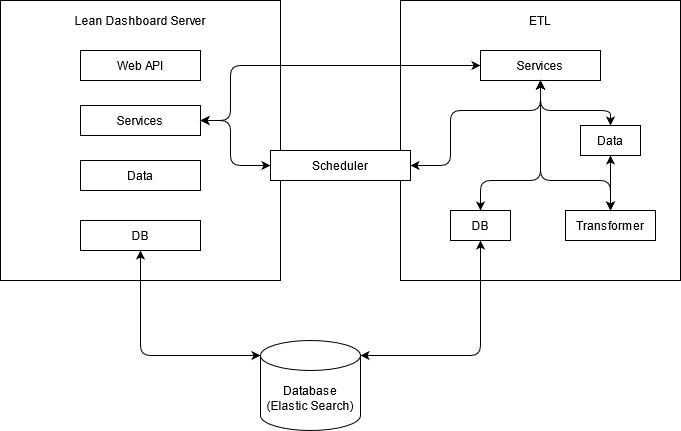
Earlier version of the draw.io export docs/apresentacao/arquitetura software.png (zepedros/lean-dashboard). Source tidied: cells renumbered, new cells last; positions are measured from the earlier drawing's top-left corner, leaving out a move shared by most shapes. Its diagram source:
```xml
<mxGraphModel>
  <root>
    <mxCell id="0" />
    <mxCell id="1" parent="0" />
    <mxCell id="2" style="whiteSpace=wrap;html=1;" parent="1" vertex="1">
      <mxGeometry width="280" height="280" as="geometry" />
    </mxCell>
    <mxCell id="3" value="Lean Dashboard Server" style="text;html=1;strokeColor=none;fillColor=none;align=center;verticalAlign=middle;whiteSpace=wrap;rounded=0;" parent="1" vertex="1">
      <mxGeometry x="60" y="10" width="160" height="20" as="geometry" />
    </mxCell>
    <mxCell id="4" value="Web API" style="rounded=0;whiteSpace=wrap;html=1;" parent="1" vertex="1">
      <mxGeometry x="80" y="50" width="120" height="30" as="geometry" />
    </mxCell>
    <mxCell id="5" style="whiteSpace=wrap;html=1;" parent="1" vertex="1">
      <mxGeometry x="400" width="280" height="280" as="geometry" />
    </mxCell>
    <mxCell id="6" value="ETL" style="text;html=1;strokeColor=none;fillColor=none;align=center;verticalAlign=middle;whiteSpace=wrap;rounded=0;" parent="1" vertex="1">
      <mxGeometry x="460" y="10" width="160" height="20" as="geometry" />
    </mxCell>
    <mxCell id="7" value="Services" style="rounded=0;whiteSpace=wrap;html=1;" parent="1" vertex="1">
      <mxGeometry x="80" y="105" width="120" height="30" as="geometry" />
    </mxCell>
    <mxCell id="8" value="DB" style="rounded=0;whiteSpace=wrap;html=1;" parent="1" vertex="1">
      <mxGeometry x="80" y="220" width="120" height="30" as="geometry" />
    </mxCell>
    <mxCell id="9" value="Data" style="rounded=0;whiteSpace=wrap;html=1;" parent="1" vertex="1">
      <mxGeometry x="80" y="160" width="120" height="30" as="geometry" />
    </mxCell>
    <mxCell id="10" value="&lt;div&gt;Database&lt;/div&gt;&lt;div&gt;(Elastic Search)&lt;br&gt;&lt;/div&gt;" style="shape=cylinder3;whiteSpace=wrap;html=1;boundedLbl=1;backgroundOutline=1;size=15;" parent="1" vertex="1">
      <mxGeometry x="260" y="340" width="100" height="90" as="geometry" />
    </mxCell>
    <mxCell id="11" style="endArrow=classic;startArrow=classic;html=1;exitX=0.5;exitY=1;exitDx=0;exitDy=0;entryX=0;entryY=0;entryDx=0;entryDy=15;entryPerimeter=0;" parent="1" edge="1" source="8" target="10">
      <mxGeometry relative="1" as="geometry">
        <Array as="points">
          <mxPoint x="140" y="355" />
        </Array>
      </mxGeometry>
    </mxCell>
    <mxCell id="12" value="Services" style="rounded=0;whiteSpace=wrap;html=1;" parent="1" vertex="1">
      <mxGeometry x="480" y="50" width="120" height="30" as="geometry" />
    </mxCell>
    <mxCell id="13" value="Data" style="rounded=0;whiteSpace=wrap;html=1;" parent="1" vertex="1">
      <mxGeometry x="580" y="125" width="60" height="30" as="geometry" />
    </mxCell>
    <mxCell id="14" value="DB" style="rounded=0;whiteSpace=wrap;html=1;" parent="1" vertex="1">
      <mxGeometry x="450" y="210" width="60" height="30" as="geometry" />
    </mxCell>
    <mxCell id="15" value="Scheduler" style="rounded=0;whiteSpace=wrap;html=1;" parent="1" vertex="1">
      <mxGeometry x="270" y="150" width="140" height="30" as="geometry" />
    </mxCell>
    <mxCell id="16" value="Transformer" style="rounded=0;whiteSpace=wrap;html=1;" parent="1" vertex="1">
      <mxGeometry x="565" y="210" width="90" height="30" as="geometry" />
    </mxCell>
    <mxCell id="17" style="endArrow=classic;startArrow=classic;html=1;entryX=0.5;entryY=1;entryDx=0;entryDy=0;exitX=0.5;exitY=0;exitDx=0;exitDy=0;" parent="1" edge="1" source="14" target="12">
      <mxGeometry relative="1" as="geometry">
        <Array as="points">
          <mxPoint x="480" y="180" />
          <mxPoint x="540" y="180" />
        </Array>
      </mxGeometry>
    </mxCell>
    <mxCell id="18" style="endArrow=classic;startArrow=classic;html=1;entryX=0.5;entryY=1;entryDx=0;entryDy=0;exitX=0.5;exitY=0;exitDx=0;exitDy=0;" parent="1" edge="1" source="16" target="12">
      <mxGeometry relative="1" as="geometry">
        <Array as="points">
          <mxPoint x="610" y="180" />
          <mxPoint x="540" y="180" />
        </Array>
      </mxGeometry>
    </mxCell>
    <mxCell id="19" style="endArrow=classic;startArrow=classic;html=1;exitX=0.5;exitY=0;exitDx=0;exitDy=0;entryX=0.5;entryY=1;entryDx=0;entryDy=0;" parent="1" edge="1" source="13" target="12">
      <mxGeometry relative="1" as="geometry">
        <Array as="points">
          <mxPoint x="610" y="110" />
          <mxPoint x="540" y="110" />
        </Array>
      </mxGeometry>
    </mxCell>
    <mxCell id="20" style="endArrow=classic;startArrow=classic;html=1;entryX=0.5;entryY=1;entryDx=0;entryDy=0;exitX=1;exitY=0;exitDx=0;exitDy=15;exitPerimeter=0;" parent="1" edge="1" source="10" target="14">
      <mxGeometry relative="1" as="geometry">
        <Array as="points">
          <mxPoint x="480" y="355" />
        </Array>
      </mxGeometry>
    </mxCell>
    <mxCell id="21" style="endArrow=classic;startArrow=classic;html=1;entryX=0.5;entryY=1;entryDx=0;entryDy=0;exitX=1;exitY=0.5;exitDx=0;exitDy=0;" parent="1" edge="1" source="15" target="12">
      <mxGeometry relative="1" as="geometry">
        <Array as="points">
          <mxPoint x="450" y="165" />
          <mxPoint x="450" y="110" />
          <mxPoint x="540" y="110" />
        </Array>
      </mxGeometry>
    </mxCell>
    <mxCell id="22" style="endArrow=classic;startArrow=classic;html=1;exitX=1;exitY=0.5;exitDx=0;exitDy=0;entryX=0;entryY=0.5;entryDx=0;entryDy=0;" parent="1" edge="1" source="7" target="15">
      <mxGeometry relative="1" as="geometry">
        <Array as="points">
          <mxPoint x="230" y="120" />
          <mxPoint x="230" y="165" />
        </Array>
      </mxGeometry>
    </mxCell>
    <mxCell id="23" style="endArrow=classic;startArrow=classic;html=1;exitX=1;exitY=0.5;exitDx=0;exitDy=0;entryX=0;entryY=0.5;entryDx=0;entryDy=0;" parent="1" edge="1" source="7" target="12">
      <mxGeometry relative="1" as="geometry">
        <Array as="points">
          <mxPoint x="230" y="120" />
          <mxPoint x="230" y="65" />
          <mxPoint x="340" y="65" />
        </Array>
      </mxGeometry>
    </mxCell>
    <mxCell id="24" style="endArrow=classic;startArrow=classic;html=1;entryX=0.5;entryY=1;entryDx=0;entryDy=0;exitX=0.5;exitY=0;exitDx=0;exitDy=0;" parent="1" edge="1" source="16" target="13">
      <mxGeometry relative="1" as="geometry" />
    </mxCell>
  </root>
</mxGraphModel>
```
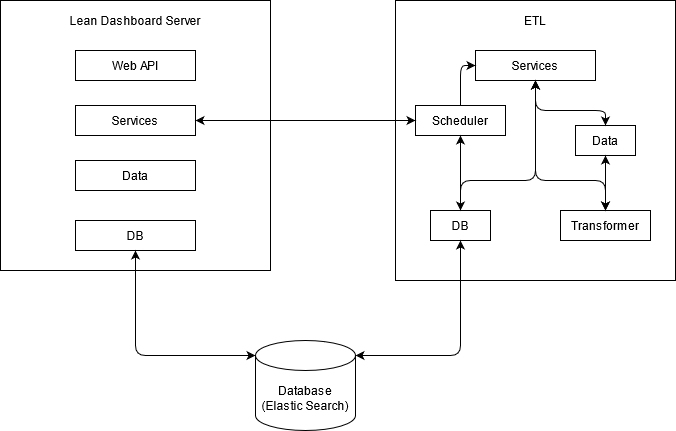
After the commit.

Commit message:
fixed back end diagram

The edit, as a diff of the source:
```diff
@@ -2,114 +2,105 @@
   <root>
     <mxCell id="0" />
     <mxCell id="1" parent="0" />
-    <mxCell id="2" style="whiteSpace=wrap;html=1;" parent="1" vertex="1">
-      <mxGeometry width="280" height="280" as="geometry" />
-    </mxCell>
+    <mxCell id="25" style="whiteSpace=wrap;html=1;" parent="1" vertex="1">
+      <mxGeometry x="5" width="270" height="270" as="geometry" />
+    </mxCell>
     <mxCell id="3" value="Lean Dashboard Server" style="text;html=1;strokeColor=none;fillColor=none;align=center;verticalAlign=middle;whiteSpace=wrap;rounded=0;" parent="1" vertex="1">
       <mxGeometry x="60" y="10" width="160" height="20" as="geometry" />
     </mxCell>
     <mxCell id="4" value="Web API" style="rounded=0;whiteSpace=wrap;html=1;" parent="1" vertex="1">
       <mxGeometry x="80" y="50" width="120" height="30" as="geometry" />
     </mxCell>
-    <mxCell id="5" style="whiteSpace=wrap;html=1;" parent="1" vertex="1">
-      <mxGeometry x="400" width="280" height="280" as="geometry" />
-    </mxCell>
+    <mxCell id="26" style="whiteSpace=wrap;html=1;" parent="1" vertex="1">
+      <mxGeometry x="400" width="280" height="280" as="geometry" />
+    </mxCell>
     <mxCell id="6" value="ETL" style="text;html=1;strokeColor=none;fillColor=none;align=center;verticalAlign=middle;whiteSpace=wrap;rounded=0;" parent="1" vertex="1">
       <mxGeometry x="460" y="10" width="160" height="20" as="geometry" />
     </mxCell>
-    <mxCell id="7" value="Services" style="rounded=0;whiteSpace=wrap;html=1;" parent="1" vertex="1">
-      <mxGeometry x="80" y="105" width="120" height="30" as="geometry" />
-    </mxCell>
-    <mxCell id="8" value="DB" style="rounded=0;whiteSpace=wrap;html=1;" parent="1" vertex="1">
-      <mxGeometry x="80" y="220" width="120" height="30" as="geometry" />
-    </mxCell>
-    <mxCell id="9" value="Data" style="rounded=0;whiteSpace=wrap;html=1;" parent="1" vertex="1">
-      <mxGeometry x="80" y="160" width="120" height="30" as="geometry" />
-    </mxCell>
+    <mxCell id="27" value="Services" style="rounded=0;whiteSpace=wrap;html=1;" parent="1" vertex="1">
+      <mxGeometry x="80" y="105" width="120" height="30" as="geometry" />
+    </mxCell>
+    <mxCell id="28" value="DB" style="rounded=0;whiteSpace=wrap;html=1;" parent="1" vertex="1">
+      <mxGeometry x="80" y="220" width="120" height="30" as="geometry" />
+    </mxCell>
+    <mxCell id="29" value="Data" style="rounded=0;whiteSpace=wrap;html=1;" parent="1" vertex="1">
+      <mxGeometry x="80" y="160" width="120" height="30" as="geometry" />
+    </mxCell>
     <mxCell id="10" value="&lt;div&gt;Database&lt;/div&gt;&lt;div&gt;(Elastic Search)&lt;br&gt;&lt;/div&gt;" style="shape=cylinder3;whiteSpace=wrap;html=1;boundedLbl=1;backgroundOutline=1;size=15;" parent="1" vertex="1">
       <mxGeometry x="260" y="340" width="100" height="90" as="geometry" />
     </mxCell>
-    <mxCell id="11" style="endArrow=classic;startArrow=classic;html=1;exitX=0.5;exitY=1;exitDx=0;exitDy=0;entryX=0;entryY=0;entryDx=0;entryDy=15;entryPerimeter=0;" parent="1" edge="1" source="8" target="10">
-      <mxGeometry relative="1" as="geometry">
-        <Array as="points">
-          <mxPoint x="140" y="355" />
-        </Array>
-      </mxGeometry>
-    </mxCell>
-    <mxCell id="12" value="Services" style="rounded=0;whiteSpace=wrap;html=1;" parent="1" vertex="1">
-      <mxGeometry x="480" y="50" width="120" height="30" as="geometry" />
-    </mxCell>
-    <mxCell id="13" value="Data" style="rounded=0;whiteSpace=wrap;html=1;" parent="1" vertex="1">
-      <mxGeometry x="580" y="125" width="60" height="30" as="geometry" />
-    </mxCell>
-    <mxCell id="14" value="DB" style="rounded=0;whiteSpace=wrap;html=1;" parent="1" vertex="1">
-      <mxGeometry x="450" y="210" width="60" height="30" as="geometry" />
-    </mxCell>
+    <mxCell id="30" style="endArrow=classic;startArrow=classic;html=1;exitX=0.5;exitY=1;exitDx=0;exitDy=0;entryX=0;entryY=0;entryDx=0;entryDy=15;entryPerimeter=0;" parent="1" edge="1" source="28" target="10">
+      <mxGeometry relative="1" as="geometry">
+        <Array as="points">
+          <mxPoint x="140" y="355" />
+        </Array>
+      </mxGeometry>
+    </mxCell>
+    <mxCell id="31" value="Services" style="rounded=0;whiteSpace=wrap;html=1;" parent="1" vertex="1">
+      <mxGeometry x="480" y="50" width="120" height="30" as="geometry" />
+    </mxCell>
+    <mxCell id="32" value="Data" style="rounded=0;whiteSpace=wrap;html=1;" parent="1" vertex="1">
+      <mxGeometry x="580" y="125" width="60" height="30" as="geometry" />
+    </mxCell>
+    <mxCell id="33" value="DB" style="rounded=0;whiteSpace=wrap;html=1;" parent="1" vertex="1">
+      <mxGeometry x="435" y="210" width="60" height="30" as="geometry" />
+    </mxCell>
     <mxCell id="15" value="Scheduler" style="rounded=0;whiteSpace=wrap;html=1;" parent="1" vertex="1">
-      <mxGeometry x="270" y="150" width="140" height="30" as="geometry" />
+      <mxGeometry x="420" y="105" width="90" height="30" as="geometry" />
     </mxCell>
     <mxCell id="16" value="Transformer" style="rounded=0;whiteSpace=wrap;html=1;" parent="1" vertex="1">
       <mxGeometry x="565" y="210" width="90" height="30" as="geometry" />
     </mxCell>
-    <mxCell id="17" style="endArrow=classic;startArrow=classic;html=1;entryX=0.5;entryY=1;entryDx=0;entryDy=0;exitX=0.5;exitY=0;exitDx=0;exitDy=0;" parent="1" edge="1" source="14" target="12">
-      <mxGeometry relative="1" as="geometry">
-        <Array as="points">
-          <mxPoint x="480" y="180" />
-          <mxPoint x="540" y="180" />
-        </Array>
-      </mxGeometry>
-    </mxCell>
-    <mxCell id="18" style="endArrow=classic;startArrow=classic;html=1;entryX=0.5;entryY=1;entryDx=0;entryDy=0;exitX=0.5;exitY=0;exitDx=0;exitDy=0;" parent="1" edge="1" source="16" target="12">
-      <mxGeometry relative="1" as="geometry">
-        <Array as="points">
-          <mxPoint x="610" y="180" />
-          <mxPoint x="540" y="180" />
-        </Array>
-      </mxGeometry>
-    </mxCell>
-    <mxCell id="19" style="endArrow=classic;startArrow=classic;html=1;exitX=0.5;exitY=0;exitDx=0;exitDy=0;entryX=0.5;entryY=1;entryDx=0;entryDy=0;" parent="1" edge="1" source="13" target="12">
-      <mxGeometry relative="1" as="geometry">
-        <Array as="points">
-          <mxPoint x="610" y="110" />
-          <mxPoint x="540" y="110" />
-        </Array>
-      </mxGeometry>
-    </mxCell>
-    <mxCell id="20" style="endArrow=classic;startArrow=classic;html=1;entryX=0.5;entryY=1;entryDx=0;entryDy=0;exitX=1;exitY=0;exitDx=0;exitDy=15;exitPerimeter=0;" parent="1" edge="1" source="10" target="14">
-      <mxGeometry relative="1" as="geometry">
-        <Array as="points">
-          <mxPoint x="480" y="355" />
-        </Array>
-      </mxGeometry>
-    </mxCell>
-    <mxCell id="21" style="endArrow=classic;startArrow=classic;html=1;entryX=0.5;entryY=1;entryDx=0;entryDy=0;exitX=1;exitY=0.5;exitDx=0;exitDy=0;" parent="1" edge="1" source="15" target="12">
-      <mxGeometry relative="1" as="geometry">
-        <Array as="points">
-          <mxPoint x="450" y="165" />
-          <mxPoint x="450" y="110" />
-          <mxPoint x="540" y="110" />
-        </Array>
-      </mxGeometry>
-    </mxCell>
-    <mxCell id="22" style="endArrow=classic;startArrow=classic;html=1;exitX=1;exitY=0.5;exitDx=0;exitDy=0;entryX=0;entryY=0.5;entryDx=0;entryDy=0;" parent="1" edge="1" source="7" target="15">
-      <mxGeometry relative="1" as="geometry">
-        <Array as="points">
-          <mxPoint x="230" y="120" />
-          <mxPoint x="230" y="165" />
-        </Array>
-      </mxGeometry>
-    </mxCell>
-    <mxCell id="23" style="endArrow=classic;startArrow=classic;html=1;exitX=1;exitY=0.5;exitDx=0;exitDy=0;entryX=0;entryY=0.5;entryDx=0;entryDy=0;" parent="1" edge="1" source="7" target="12">
-      <mxGeometry relative="1" as="geometry">
-        <Array as="points">
-          <mxPoint x="230" y="120" />
-          <mxPoint x="230" y="65" />
-          <mxPoint x="340" y="65" />
-        </Array>
-      </mxGeometry>
-    </mxCell>
-    <mxCell id="24" style="endArrow=classic;startArrow=classic;html=1;entryX=0.5;entryY=1;entryDx=0;entryDy=0;exitX=0.5;exitY=0;exitDx=0;exitDy=0;" parent="1" edge="1" source="16" target="13">
-      <mxGeometry relative="1" as="geometry" />
-    </mxCell>
+    <mxCell id="34" style="endArrow=classic;startArrow=classic;html=1;entryX=0.5;entryY=1;entryDx=0;entryDy=0;exitX=0.5;exitY=0;exitDx=0;exitDy=0;" parent="1" edge="1" source="33" target="31">
+      <mxGeometry relative="1" as="geometry">
+        <Array as="points">
+          <mxPoint x="465" y="180" />
+          <mxPoint x="540" y="180" />
+        </Array>
+      </mxGeometry>
+    </mxCell>
+    <mxCell id="35" style="endArrow=classic;startArrow=classic;html=1;entryX=0.5;entryY=1;entryDx=0;entryDy=0;exitX=0.5;exitY=0;exitDx=0;exitDy=0;" parent="1" edge="1" source="16" target="31">
+      <mxGeometry relative="1" as="geometry">
+        <Array as="points">
+          <mxPoint x="610" y="180" />
+          <mxPoint x="540" y="180" />
+        </Array>
+      </mxGeometry>
+    </mxCell>
+    <mxCell id="36" style="endArrow=classic;startArrow=classic;html=1;exitX=0.5;exitY=0;exitDx=0;exitDy=0;entryX=0.5;entryY=1;entryDx=0;entryDy=0;" parent="1" edge="1" source="32" target="31">
+      <mxGeometry relative="1" as="geometry">
+        <Array as="points">
+          <mxPoint x="610" y="110" />
+          <mxPoint x="540" y="110" />
+        </Array>
+      </mxGeometry>
+    </mxCell>
+    <mxCell id="37" style="endArrow=classic;startArrow=classic;html=1;entryX=0.5;entryY=1;entryDx=0;entryDy=0;exitX=1;exitY=0;exitDx=0;exitDy=15;exitPerimeter=0;" parent="1" edge="1" source="10" target="33">
+      <mxGeometry relative="1" as="geometry">
+        <Array as="points">
+          <mxPoint x="465" y="355" />
+        </Array>
+      </mxGeometry>
+    </mxCell>
+    <mxCell id="38" style="endArrow=classic;startArrow=classic;html=1;exitX=1;exitY=0.5;exitDx=0;exitDy=0;entryX=0;entryY=0.5;entryDx=0;entryDy=0;" parent="1" edge="1" source="27" target="15">
+      <mxGeometry relative="1" as="geometry">
+        <Array as="points">
+          <mxPoint x="230" y="120" />
+        </Array>
+      </mxGeometry>
+    </mxCell>
+    <mxCell id="39" style="endArrow=classic;startArrow=classic;html=1;entryX=0.5;entryY=1;entryDx=0;entryDy=0;exitX=0.5;exitY=0;exitDx=0;exitDy=0;" parent="1" edge="1" source="16" target="32">
+      <mxGeometry relative="1" as="geometry" />
+    </mxCell>
+    <mxCell id="40" style="endArrow=classic;html=1;exitX=0.5;exitY=0;exitDx=0;exitDy=0;entryX=0;entryY=0.5;entryDx=0;entryDy=0;" parent="1" edge="1" source="15" target="31">
+      <mxGeometry relative="1" as="geometry">
+        <Array as="points">
+          <mxPoint x="465" y="65" />
+        </Array>
+      </mxGeometry>
+    </mxCell>
+    <mxCell id="41" style="endArrow=classic;html=1;entryX=0.5;entryY=1;entryDx=0;entryDy=0;exitX=0.5;exitY=0;exitDx=0;exitDy=0;" parent="1" edge="1" source="33" target="15">
+      <mxGeometry relative="1" as="geometry" />
+    </mxCell>
   </root>
 </mxGraphModel>
```
